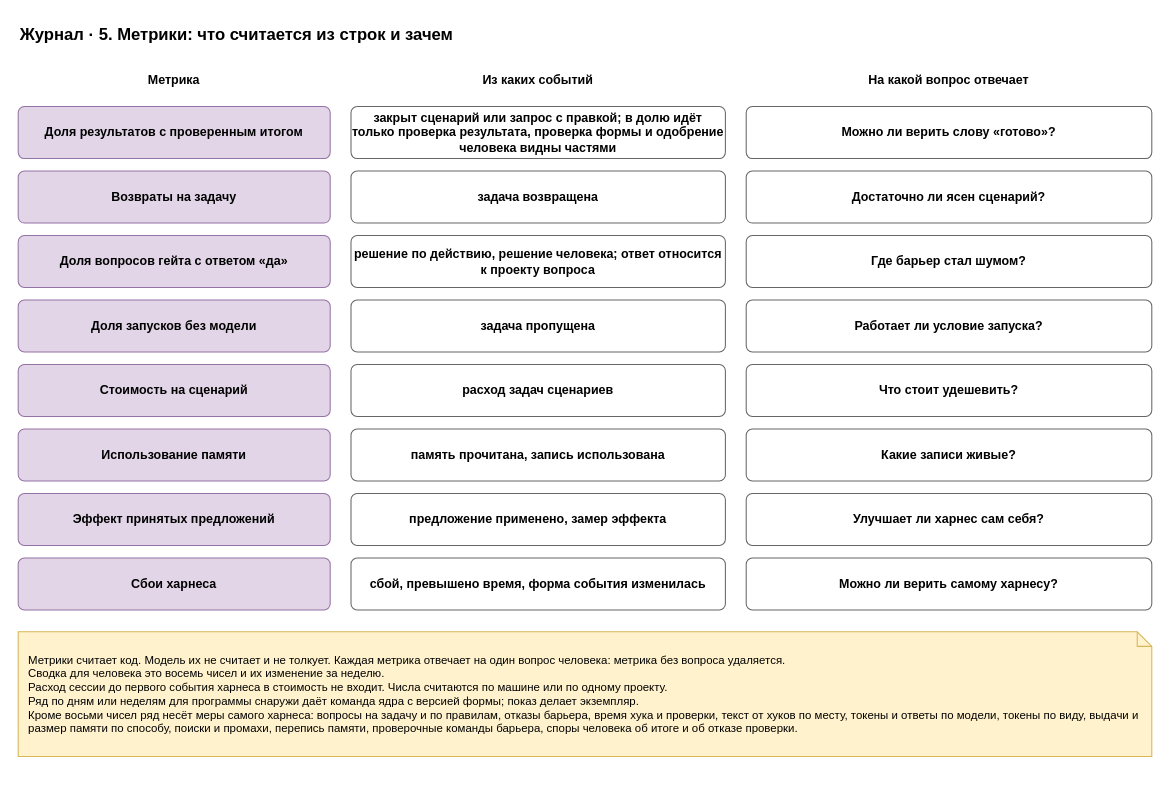
The draw.io diagram page "5. Метрики" (5 of 6) of docs/spec/harness-journal.drawio in roygkov/reins, before the edit. Source tidied: cells renumbered, new cells numbered last; positions are measured from the earlier drawing's top-left corner, leaving out a move shared by most shapes. Both pictures are drawn from the tidied source at 104%, with x=0, y=0 at pixel (18, 18).
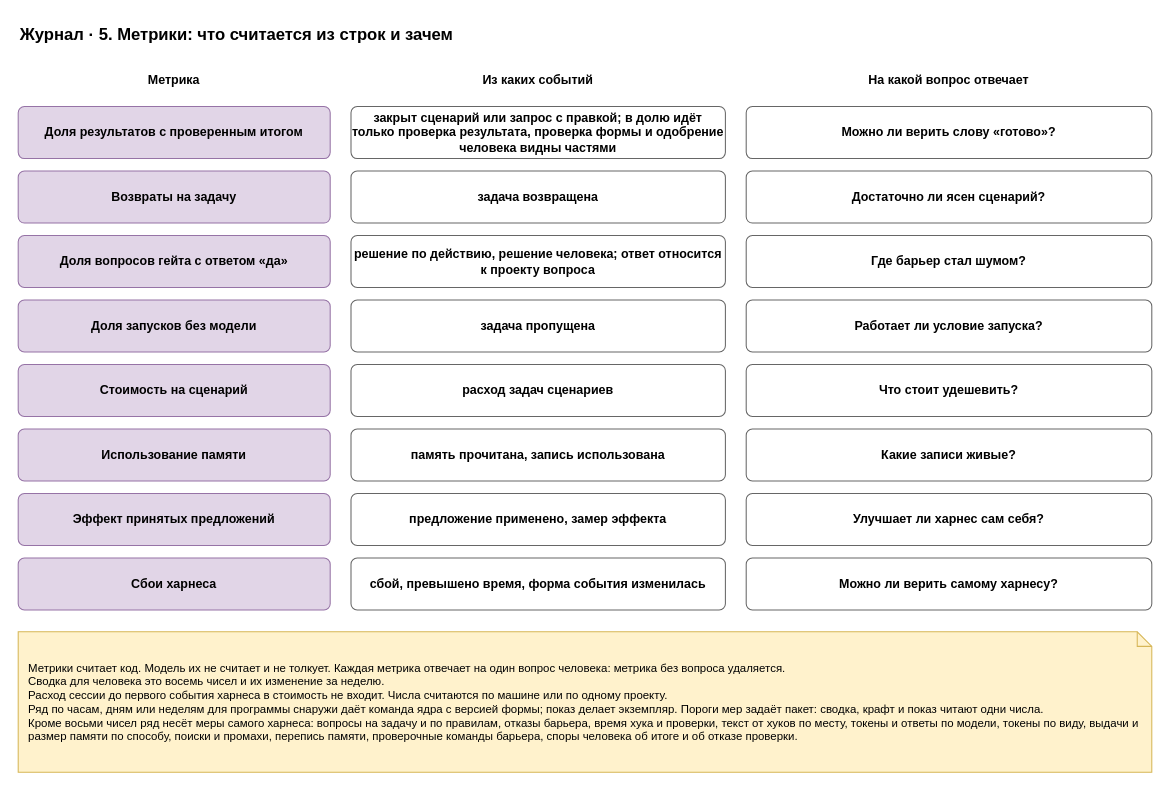
The same diagram, later.

Change to the diagram source:
```diff
@@
-    <mxCell id="30" value="Метрики считает код. Модель их не считает и не толкует. Каждая метрика отвечает на один вопрос человека: метрика без вопроса удаляется.&lt;br&gt;Сводка для человека это восемь чисел и их изменение за неделю.&lt;br&gt;Расход сессии до первого события харнеса в стоимость не входит. Числа считаются по машине или по одному проекту.&lt;br&gt;Ряд по дням или неделям для программы снаружи даёт команда ядра с версией формы; показ делает экземпляр.&lt;br&gt;Кроме восьми чисел ряд несёт меры самого харнеса: вопросы на задачу и по правилам, отказы барьера, время хука и проверки, текст от хуков по месту, токены и ответы по модели, токены по виду, выдачи и размер памяти по способу, поиски и промахи, перепись памяти, проверочные команды барьера, споры человека об итоге и об отказе проверки." style="shape=note;whiteSpace=wrap;html=1;backgroundOutline=1;size=14;fillColor=#fff2cc;strokeColor=#d6b656;align=left;spacingLeft=8;spacingRight=8;fontSize=11;" parent="1" vertex="1">
-      <mxGeometry y="590" width="1090" height="120" as="geometry" />
+    <mxCell id="30" value="Метрики считает код. Модель их не считает и не толкует. Каждая метрика отвечает на один вопрос человека: метрика без вопроса удаляется.&lt;br&gt;Сводка для человека это восемь чисел и их изменение за неделю.&lt;br&gt;Расход сессии до первого события харнеса в стоимость не входит. Числа считаются по машине или по одному проекту.&lt;br&gt;Ряд по часам, дням или неделям для программы снаружи даёт команда ядра с версией формы; показ делает экземпляр. Пороги мер задаёт пакет: сводка, крафт и показ читают одни числа.&lt;br&gt;Кроме восьми чисел ряд несёт меры самого харнеса: вопросы на задачу и по правилам, отказы барьера, время хука и проверки, текст от хуков по месту, токены и ответы по модели, токены по виду, выдачи и размер памяти по способу, поиски и промахи, перепись памяти, проверочные команды барьера, споры человека об итоге и об отказе проверки." style="shape=note;whiteSpace=wrap;html=1;backgroundOutline=1;size=14;fillColor=#fff2cc;strokeColor=#d6b656;align=left;spacingLeft=8;spacingRight=8;fontSize=11;" parent="1" vertex="1">
+      <mxGeometry y="590" width="1090" height="135" as="geometry" />
     </mxCell>
```
